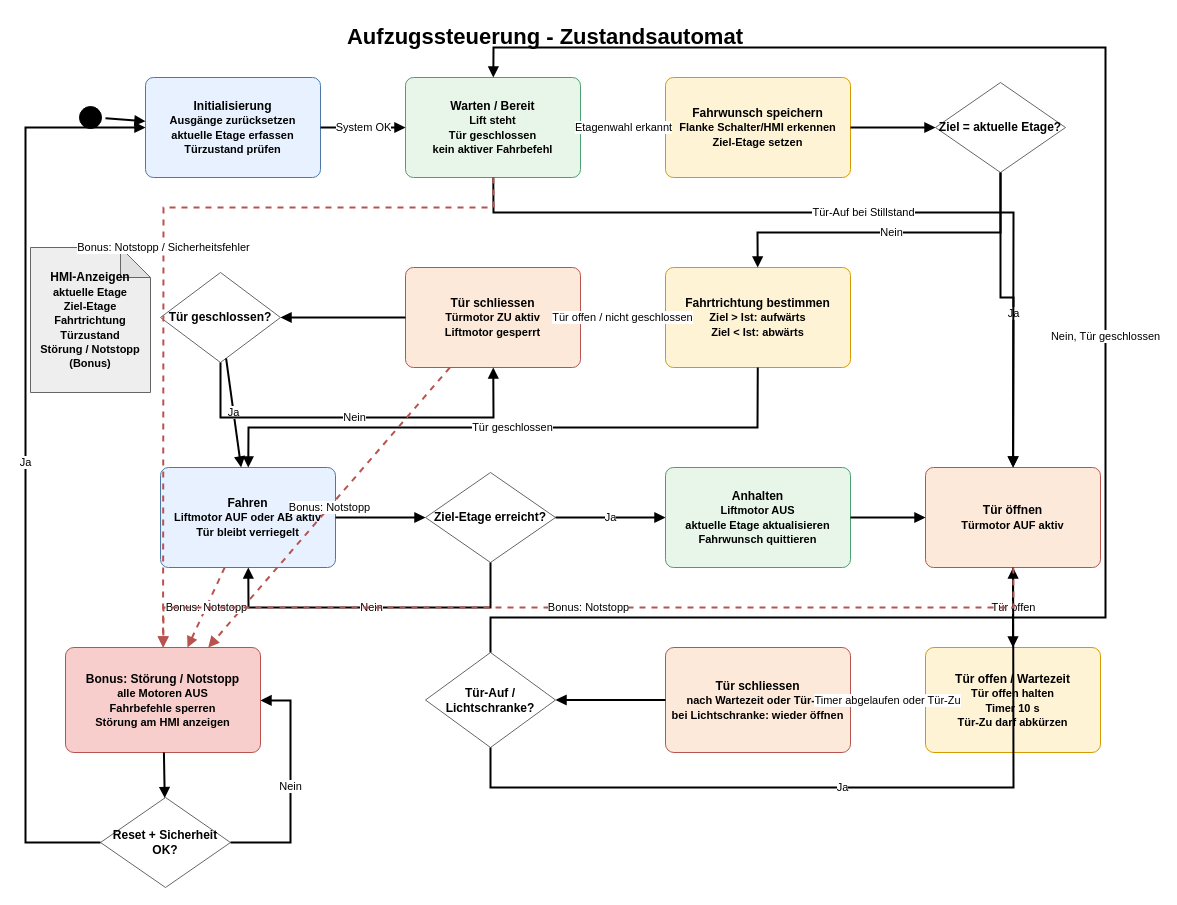
Earlier version of the draw.io diagram Doc/Analyse/flowdiagramm.drawio (niklaus619/CS_4_Aufzugsteuerung). Source tidied: cells renumbered, new cells numbered last; positions are measured from the earlier drawing's top-left corner, leaving out a move shared by most shapes. Both pictures are drawn from the tidied source at 100%, with x=0, y=0 at pixel (25, 17).
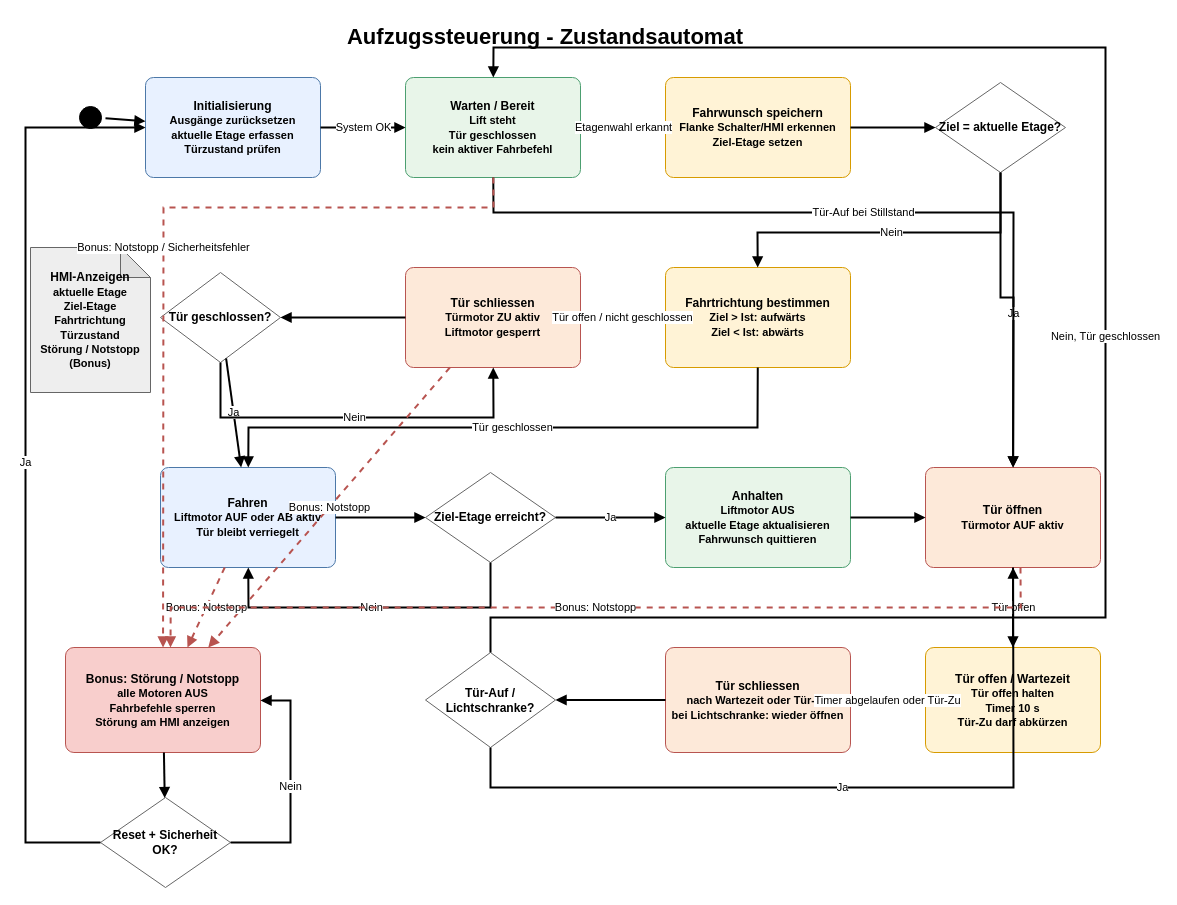
Above is the later version.

Commit message:
analyse flow diagramm

Unchanged cells that the change refers to:
```xml
<mxCell id="14" value="Tür öffnen&lt;br&gt;&lt;font style=&quot;font-size: 11px;&quot;&gt;Türmotor AUF aktiv&lt;/font&gt;" style="rounded=1;whiteSpace=wrap;html=1;arcSize=8;fillColor=#fde9d9;strokeColor=#b85450;fontStyle=1;" parent="1" vertex="1">
  <mxGeometry x="900" y="450" width="175" height="100" as="geometry" />
</mxCell>
<mxCell id="18" value="Bonus: Störung / Notstopp&lt;br&gt;&lt;font style=&quot;font-size: 11px;&quot;&gt;alle Motoren AUS&lt;br&gt;Fahrbefehle sperren&lt;br&gt;Störung am HMI anzeigen&lt;/font&gt;" style="rounded=1;whiteSpace=wrap;html=1;arcSize=8;fillColor=#f8cecc;strokeColor=#b85450;fontStyle=1;" parent="1" vertex="1">
  <mxGeometry x="40" y="630" width="195" height="105" as="geometry" />
</mxCell>
```

Change to the diagram source:
```diff
@@
-    <mxCell id="48" value="Bonus: Notstopp" style="endArrow=block;html=1;rounded=0;strokeWidth=2;strokeColor=#b85450;dashed=1;" parent="1" edge="1" source="14" target="18">
+    <mxCell id="48" value="Bonus: Notstopp" style="endArrow=block;html=1;rounded=0;strokeWidth=2;strokeColor=#b85450;dashed=1;" parent="1" edge="1">
       <mxGeometry relative="1" as="geometry">
+        <mxPoint x="995" y="550" as="sourcePoint" />
+        <mxPoint x="145" y="630" as="targetPoint" />
         <Array as="points">
-          <mxPoint x="988" y="590" />
-          <mxPoint x="138" y="590" />
+          <mxPoint x="995.2" y="590" />
+          <mxPoint x="145.2" y="590" />
         </Array>
       </mxGeometry>
     </mxCell>
```
